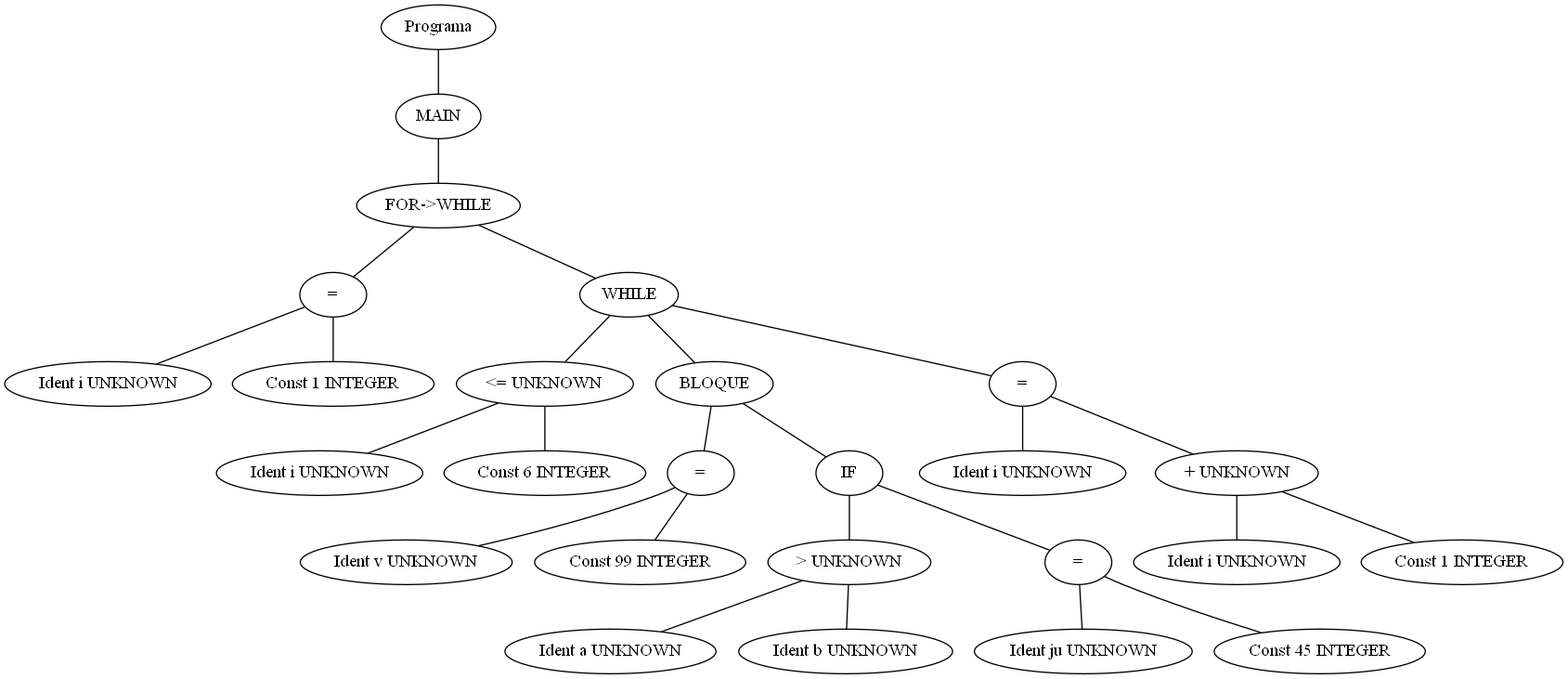
Mdimase/compilador keeps this Graphviz diagram as arbol.png. Above is the earlier version. Its source is kept beside it as arbol.dot.
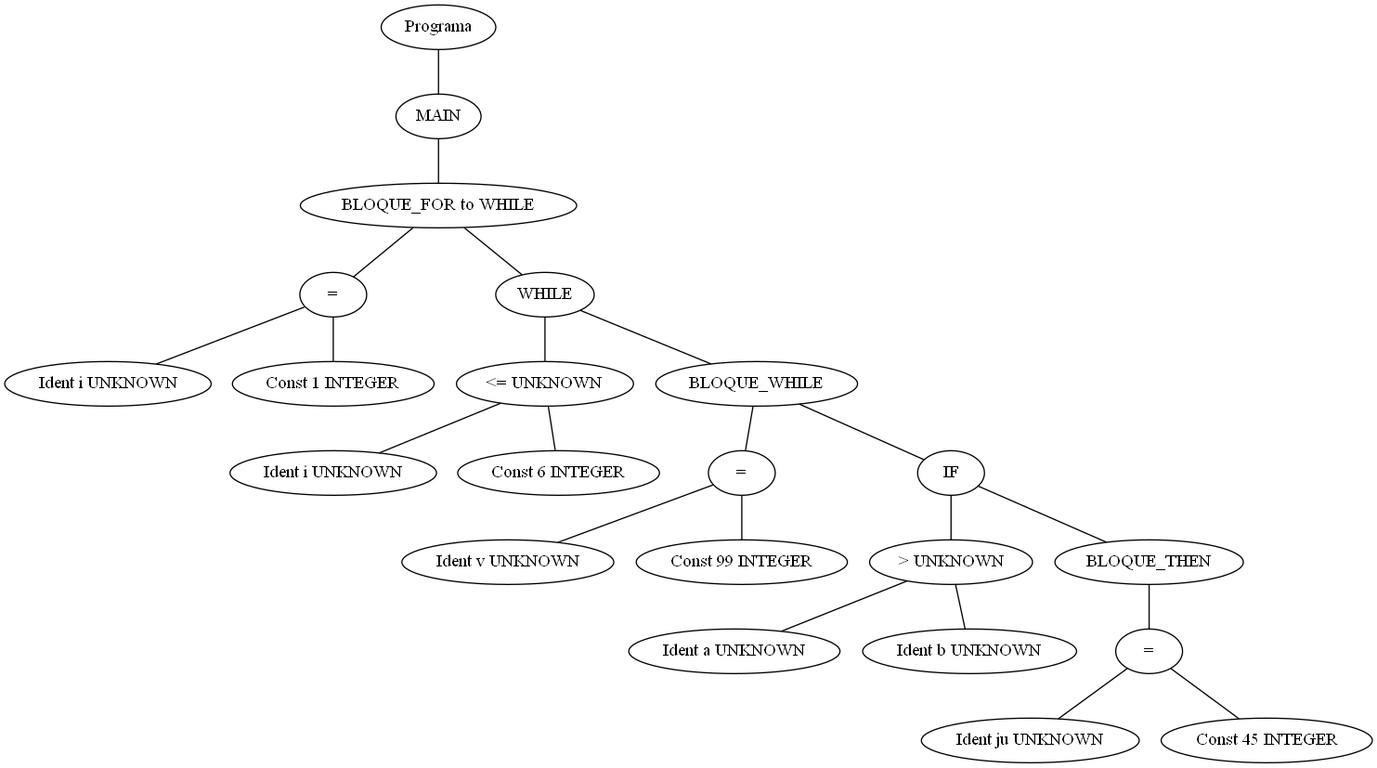
Later version of the same file.

Diff of the diagram source:
```diff
@@ -1,7 +1,7 @@
 graph G {1 [label="Programa"]
 2 [label="MAIN"]
 1 -- 2
-3 [label="FOR->WHILE"]
+3 [label="BLOQUE_FOR to WHILE"]
 2 -- 3
 4 [label="="]
 3 -- 4
@@ -17,7 +17,7 @@
 8 -- 9
 10 [label="Const 6 INTEGER"]
 8 -- 10
-11 [label="BLOQUE"]
+11 [label="BLOQUE_WHILE"]
 7 -- 11
 12 [label="="]
 11 -- 12
@@ -33,20 +33,12 @@
 16 -- 17
 18 [label="Ident b UNKNOWN"]
 16 -- 18
-19 [label="="]
+19 [label="BLOQUE_THEN"]
 15 -- 19
-20 [label="Ident ju UNKNOWN"]
+20 [label="="]
 19 -- 20
-21 [label="Const 45 INTEGER"]
-19 -- 21
-22 [label="="]
-7 -- 22
-23 [label="Ident i UNKNOWN"]
-22 -- 23
-24 [label="+ UNKNOWN"]
-22 -- 24
-25 [label="Ident i UNKNOWN"]
-24 -- 25
-26 [label="Const 1 INTEGER"]
-24 -- 26
+21 [label="Ident ju UNKNOWN"]
+20 -- 21
+22 [label="Const 45 INTEGER"]
+20 -- 22
 }
```
